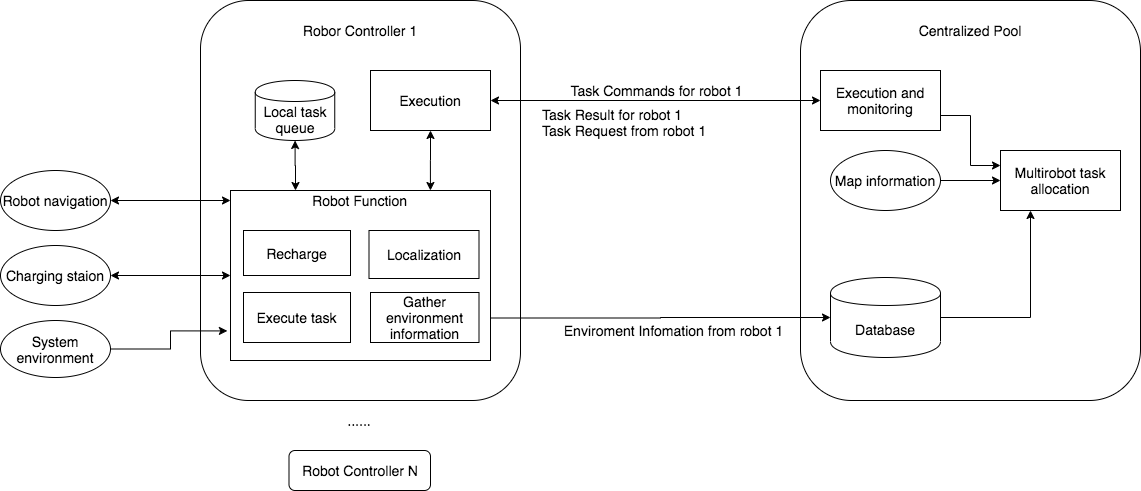
Above: Thesis/content/images/ch3/architecture.drawio.png in xuanjiao/master_thesis (draw.io), before the change. Source tidied: cells renumbered, new cells last; positions are measured from the earlier drawing's top-left corner, leaving out a move shared by most shapes.
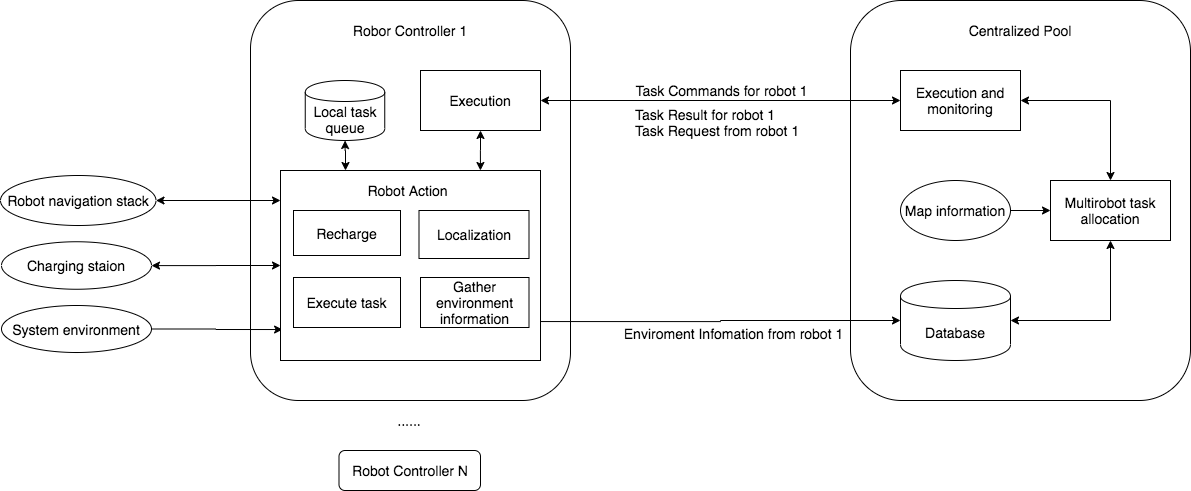
After the change.

What changed in the source:
```diff
@@ -5,26 +5,30 @@
     <mxCell id="2" style="rounded=1;whiteSpace=wrap;html=1;fontSize=14;" parent="1" vertex="1">
       <mxGeometry x="800" width="340" height="400" as="geometry" />
     </mxCell>
-    <mxCell id="3" style="edgeStyle=orthogonalEdgeStyle;rounded=0;jettySize=auto;html=1;exitX=1;exitY=0.75;exitDx=0;exitDy=0;entryX=0;entryY=0.25;entryDx=0;entryDy=0;fontSize=14;" parent="1" edge="1" source="4" target="9">
-      <mxGeometry relative="1" as="geometry" />
+    <mxCell id="3" style="edgeStyle=orthogonalEdgeStyle;rounded=0;jettySize=auto;html=1;exitX=1;exitY=0.5;exitDx=0;exitDy=0;fontSize=14;startArrow=classic;startFill=1;" parent="1" edge="1" source="4" target="9">
+      <mxGeometry relative="1" as="geometry">
+        <Array as="points">
+          <mxPoint x="1060" y="100" />
+        </Array>
+      </mxGeometry>
     </mxCell>
     <mxCell id="4" value="Execution and monitoring" style="rounded=0;whiteSpace=wrap;html=1;fontSize=14;" parent="1" vertex="1">
-      <mxGeometry x="820" y="70" width="120" height="60" as="geometry" />
+      <mxGeometry x="850" y="70" width="120" height="60" as="geometry" />
     </mxCell>
     <mxCell id="5" style="edgeStyle=orthogonalEdgeStyle;rounded=0;jettySize=auto;html=1;fontSize=14;" parent="1" edge="1" source="6" target="9">
       <mxGeometry relative="1" as="geometry" />
     </mxCell>
     <mxCell id="6" value="&lt;span style=&quot;font-size: 14px;&quot;&gt;Map information&lt;/span&gt;" style="ellipse;whiteSpace=wrap;html=1;fontSize=14;" parent="1" vertex="1">
-      <mxGeometry x="830" y="150" width="110" height="60" as="geometry" />
+      <mxGeometry x="850" y="180" width="110" height="60" as="geometry" />
     </mxCell>
-    <mxCell id="7" style="edgeStyle=orthogonalEdgeStyle;rounded=0;jettySize=auto;html=1;exitX=1;exitY=0.5;exitDx=0;exitDy=0;entryX=0.25;entryY=1;entryDx=0;entryDy=0;fontSize=14;" parent="1" edge="1" source="8" target="9">
+    <mxCell id="7" style="edgeStyle=orthogonalEdgeStyle;rounded=0;jettySize=auto;html=1;exitX=1;exitY=0.5;exitDx=0;exitDy=0;fontSize=14;startArrow=classic;startFill=1;" parent="1" edge="1" source="8" target="9">
       <mxGeometry relative="1" as="geometry" />
     </mxCell>
     <mxCell id="8" value="Database" style="shape=cylinder;whiteSpace=wrap;html=1;boundedLbl=1;backgroundOutline=1;fontSize=14;" parent="1" vertex="1">
-      <mxGeometry x="830" y="277" width="110" height="80" as="geometry" />
+      <mxGeometry x="850" y="280" width="110" height="80" as="geometry" />
     </mxCell>
     <mxCell id="9" value="Multirobot task allocation" style="rounded=0;whiteSpace=wrap;html=1;fontSize=14;" parent="1" vertex="1">
-      <mxGeometry x="1000" y="150" width="120" height="60" as="geometry" />
+      <mxGeometry x="1000" y="180" width="120" height="60" as="geometry" />
     </mxCell>
     <mxCell id="10" value="Centralized Pool" style="text;html=1;strokeColor=none;fillColor=none;align=center;verticalAlign=middle;whiteSpace=wrap;rounded=0;fontSize=14;" parent="1" vertex="1">
       <mxGeometry x="910" y="20" width="120" height="20" as="geometry" />
@@ -35,13 +39,13 @@
     <mxCell id="12" value="Robor Controller 1" style="text;html=1;strokeColor=none;fillColor=none;align=center;verticalAlign=middle;whiteSpace=wrap;rounded=0;fontSize=14;" parent="1" vertex="1">
       <mxGeometry x="290" y="20" width="140" height="20" as="geometry" />
     </mxCell>
-    <mxCell id="13" style="edgeStyle=orthogonalEdgeStyle;rounded=0;jettySize=auto;html=1;entryX=-0.012;entryY=0.826;entryDx=0;entryDy=0;entryPerimeter=0;fontSize=14;" parent="1" edge="1" source="14" target="18">
+    <mxCell id="13" style="edgeStyle=orthogonalEdgeStyle;rounded=0;jettySize=auto;html=1;entryX=0.008;entryY=0.837;entryDx=0;entryDy=0;entryPerimeter=0;fontSize=14;" parent="1" edge="1" source="14" target="18">
       <mxGeometry relative="1" as="geometry" />
     </mxCell>
     <mxCell id="14" value="System environment" style="ellipse;whiteSpace=wrap;html=1;fontSize=14;" parent="1" vertex="1">
-      <mxGeometry y="320" width="110" height="57" as="geometry" />
+      <mxGeometry x="-49" y="305" width="150" height="47" as="geometry" />
     </mxCell>
-    <mxCell id="15" value="&lt;font face=&quot;helvetica&quot; style=&quot;font-size: 14px;&quot;&gt;Enviroment Infomation from robot 1&lt;/font&gt;" style="edgeStyle=orthogonalEdgeStyle;rounded=0;jettySize=auto;html=1;startArrow=none;startFill=0;exitX=1;exitY=0.75;exitDx=0;exitDy=0;entryX=0;entryY=0.5;entryDx=0;entryDy=0;fontSize=14;" parent="1" edge="1" source="18" target="8">
+    <mxCell id="15" value="&lt;font face=&quot;helvetica&quot; style=&quot;font-size: 14px;&quot;&gt;Enviroment Infomation from robot 1&lt;/font&gt;" style="edgeStyle=orthogonalEdgeStyle;rounded=0;jettySize=auto;html=1;startArrow=none;startFill=0;exitX=1;exitY=0.795;exitDx=0;exitDy=0;entryX=0;entryY=0.5;entryDx=0;entryDy=0;fontSize=14;exitPerimeter=0;" parent="1" edge="1" source="18" target="8">
       <mxGeometry x="0.07" y="-13" relative="1" as="geometry">
         <mxPoint x="1" as="offset" />
       </mxGeometry>
@@ -57,28 +61,28 @@
       <mxGeometry relative="1" as="geometry" />
     </mxCell>
     <mxCell id="18" style="rounded=0;whiteSpace=wrap;html=1;fontSize=14;" parent="1" vertex="1">
-      <mxGeometry x="230" y="190" width="260" height="170" as="geometry" />
+      <mxGeometry x="230" y="170" width="260" height="190" as="geometry" />
     </mxCell>
-    <mxCell id="19" value="Robot Function" style="text;html=1;strokeColor=none;fillColor=none;align=center;verticalAlign=middle;whiteSpace=wrap;rounded=0;fontSize=14;" parent="1" vertex="1">
-      <mxGeometry x="286.8" y="190" width="145" height="20" as="geometry" />
+    <mxCell id="19" value="Robot Action" style="text;html=1;strokeColor=none;fillColor=none;align=center;verticalAlign=middle;whiteSpace=wrap;rounded=0;fontSize=14;" parent="1" vertex="1">
+      <mxGeometry x="285" y="180" width="145" height="20" as="geometry" />
     </mxCell>
     <mxCell id="20" value="Recharge" style="rounded=0;whiteSpace=wrap;html=1;fontSize=14;" parent="1" vertex="1">
-      <mxGeometry x="243" y="230" width="107" height="45" as="geometry" />
+      <mxGeometry x="243" y="210" width="107" height="45" as="geometry" />
     </mxCell>
     <mxCell id="21" value="Gather environment information" style="rounded=0;whiteSpace=wrap;html=1;fontSize=14;" parent="1" vertex="1">
-      <mxGeometry x="370" y="292" width="108.5" height="50" as="geometry" />
+      <mxGeometry x="370" y="277" width="108.5" height="50" as="geometry" />
     </mxCell>
     <mxCell id="22" value="Execute task" style="rounded=0;whiteSpace=wrap;html=1;fontSize=14;" parent="1" vertex="1">
-      <mxGeometry x="243" y="292" width="107" height="50" as="geometry" />
+      <mxGeometry x="243" y="277" width="107" height="50" as="geometry" />
     </mxCell>
     <mxCell id="23" value="Localization" style="rounded=0;whiteSpace=wrap;html=1;fontSize=14;" parent="1" vertex="1">
-      <mxGeometry x="368.5" y="230" width="110" height="48" as="geometry" />
+      <mxGeometry x="368.5" y="210" width="110" height="48" as="geometry" />
     </mxCell>
     <mxCell id="24" style="edgeStyle=orthogonalEdgeStyle;rounded=0;jettySize=auto;html=1;entryX=0;entryY=0.5;entryDx=0;entryDy=0;startArrow=classic;startFill=1;fontSize=14;" parent="1" edge="1" source="25" target="18">
       <mxGeometry relative="1" as="geometry" />
     </mxCell>
     <mxCell id="25" value="Charging staion" style="ellipse;whiteSpace=wrap;html=1;fontSize=14;" parent="1" vertex="1">
-      <mxGeometry y="245" width="110" height="60" as="geometry" />
+      <mxGeometry x="-49" y="241.2" width="150" height="47.5" as="geometry" />
     </mxCell>
     <mxCell id="26" style="edgeStyle=orthogonalEdgeStyle;rounded=0;jettySize=auto;html=1;entryX=0.769;entryY=0;entryDx=0;entryDy=0;entryPerimeter=0;startArrow=classic;startFill=1;fontSize=14;" parent="1" edge="1" source="27" target="18">
       <mxGeometry relative="1" as="geometry" />
@@ -92,7 +96,7 @@
       </mxGeometry>
     </mxCell>
     <mxCell id="29" value="&lt;span style=&quot;color: rgb(0, 0, 0); font-family: helvetica; font-size: 14px; font-style: normal; font-weight: 400; letter-spacing: normal; text-align: center; text-indent: 0px; text-transform: none; word-spacing: 0px; background-color: rgb(255, 255, 255); float: none; display: inline;&quot;&gt;Task Result for robot 1&lt;br style=&quot;font-size: 14px;&quot;&gt;Task Request from robot 1&lt;br style=&quot;font-size: 14px;&quot;&gt;&lt;/span&gt;" style="text;whiteSpace=wrap;html=1;fontSize=14;" parent="1" vertex="1">
-      <mxGeometry x="540" y="100" width="180" height="30" as="geometry" />
+      <mxGeometry x="583" y="100" width="180" height="30" as="geometry" />
     </mxCell>
     <mxCell id="30" value="Robot Controller N" style="rounded=1;whiteSpace=wrap;html=1;fontSize=14;" parent="1" vertex="1">
       <mxGeometry x="288.5" y="450" width="141.5" height="40" as="geometry" />
@@ -100,8 +104,8 @@
     <mxCell id="31" value="......" style="text;html=1;strokeColor=none;fillColor=none;align=center;verticalAlign=middle;whiteSpace=wrap;rounded=0;fontSize=14;" parent="1" vertex="1">
       <mxGeometry x="339.2" y="410" width="40" height="20" as="geometry" />
     </mxCell>
-    <mxCell id="32" value="Robot navigation" style="ellipse;whiteSpace=wrap;html=1;fontSize=14;" parent="1" vertex="1">
-      <mxGeometry y="170" width="110" height="60" as="geometry" />
+    <mxCell id="32" value="Robot navigation stack" style="ellipse;whiteSpace=wrap;html=1;fontSize=14;" parent="1" vertex="1">
+      <mxGeometry x="-50" y="175" width="155.5" height="50" as="geometry" />
     </mxCell>
     <mxCell id="33" value="Local task queue" style="shape=cylinder;whiteSpace=wrap;html=1;boundedLbl=1;backgroundOutline=1;fontSize=14;" parent="1" vertex="1">
       <mxGeometry x="254.8" y="80" width="79.5" height="60" as="geometry" />
```
